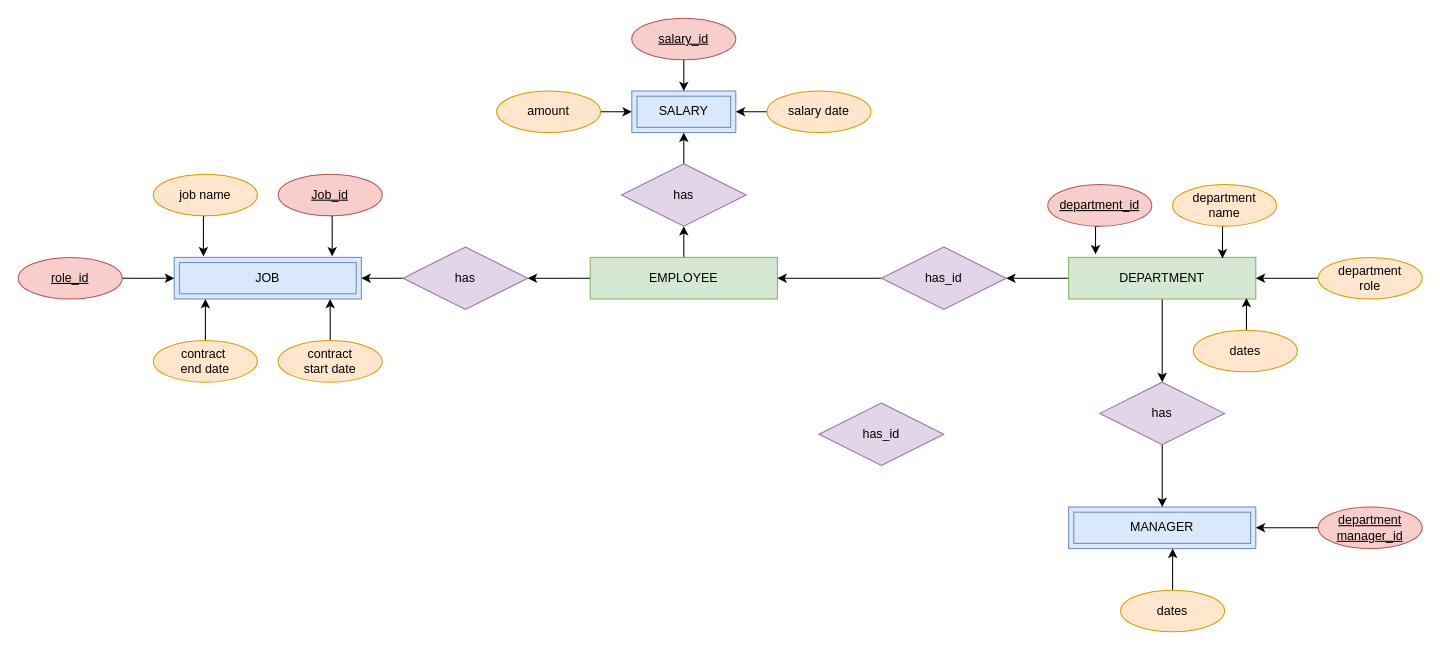
Earlier version of the draw.io diagram Conceptual - manager.drawio (MariaFerreiraCCT/web_ca1). Source tidied: cells renumbered, new cells numbered last; positions are measured from the earlier drawing's top-left corner, leaving out a move shared by most shapes. Both pictures are drawn from the tidied source at 104%, with x=0, y=0 at pixel (18, 18).
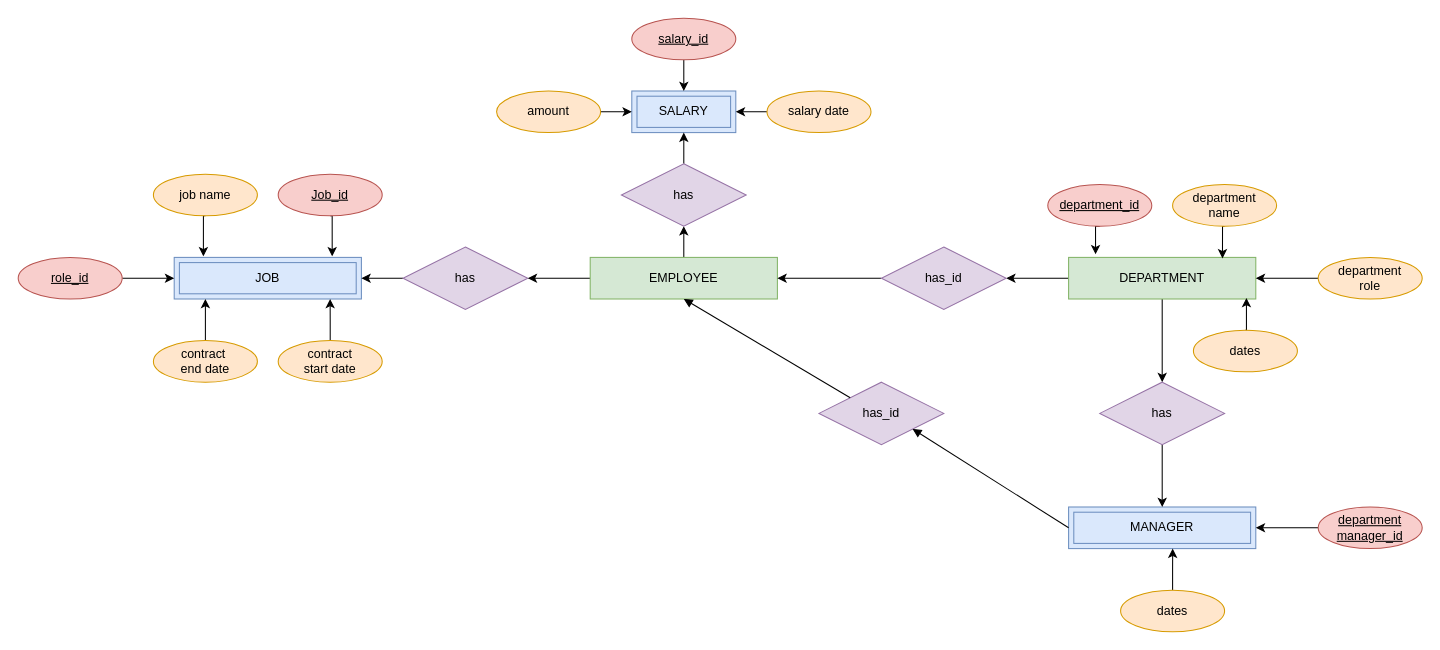
Above is the later version.

Commit message:
Actualizar Conceptual - manager/employee

Unchanged cells that the change refers to:
```xml
<mxCell id="6" value="MANAGER" style="shape=ext;margin=3;double=1;whiteSpace=wrap;html=1;align=center;fillColor=#dae8fc;strokeColor=#6c8ebf;" parent="1" vertex="1">
  <mxGeometry x="1010" y="470" width="180" height="40" as="geometry" />
</mxCell>
<mxCell id="22" value="EMPLOYEE" style="whiteSpace=wrap;html=1;align=center;fillColor=#d5e8d4;strokeColor=#82b366;" parent="1" vertex="1">
  <mxGeometry x="550" y="230" width="180" height="40" as="geometry" />
</mxCell>
```

What changed in the source:
```diff
@@
     <mxCell id="39" value="has_id" style="shape=rhombus;perimeter=rhombusPerimeter;whiteSpace=wrap;html=1;align=center;fillColor=#e1d5e7;strokeColor=#9673a6;" parent="1" vertex="1">
-      <mxGeometry x="770" y="370" width="120" height="60" as="geometry" />
+      <mxGeometry x="770" y="350" width="120" height="60" as="geometry" />
     </mxCell>
@@
+    <mxCell id="48" style="html=1;verticalAlign=bottom;endArrow=block;rounded=0;strokeColor=#000000;fontColor=#143642;fillColor=#FAE5C7;exitX=0;exitY=0.5;exitDx=0;exitDy=0;entryX=1;entryY=1;entryDx=0;entryDy=0;" parent="1" edge="1" source="6" target="39">
+      <mxGeometry relative="1" as="geometry" />
+    </mxCell>
+    <mxCell id="49" style="html=1;verticalAlign=bottom;endArrow=block;rounded=0;strokeColor=#000000;fontColor=#143642;fillColor=#FAE5C7;exitX=0;exitY=0;exitDx=0;exitDy=0;entryX=0.5;entryY=1;entryDx=0;entryDy=0;" parent="1" edge="1" source="39" target="22">
+      <mxGeometry relative="1" as="geometry" />
+    </mxCell>
```
